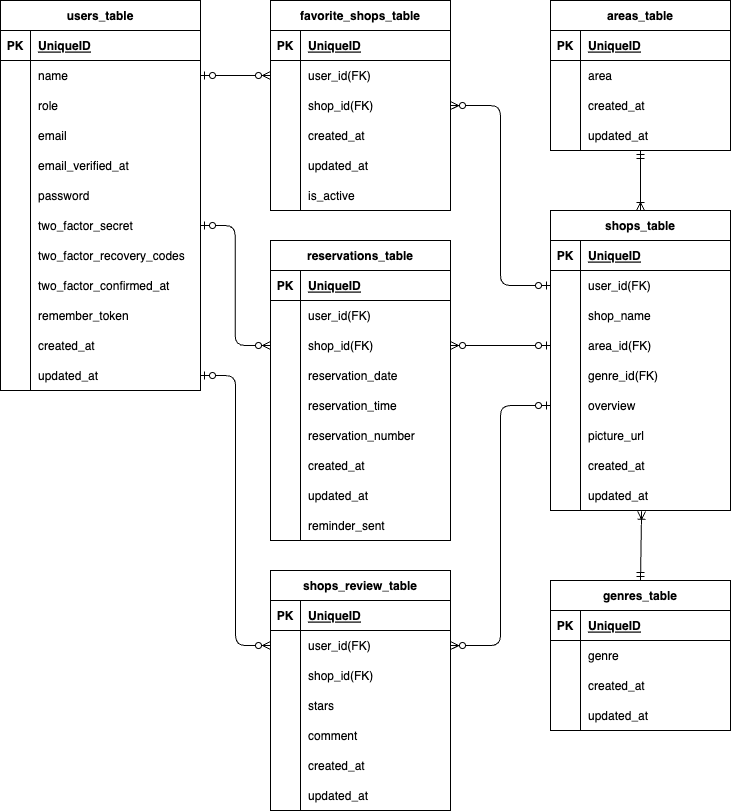
This is src/ER_drawing.drawio.png from hirokam/Rese_dev, a draw.io export, as it was before one commit. Source tidied: cells renumbered, new cells last; positions are measured from the earlier drawing's top-left corner, leaving out a move shared by most shapes.
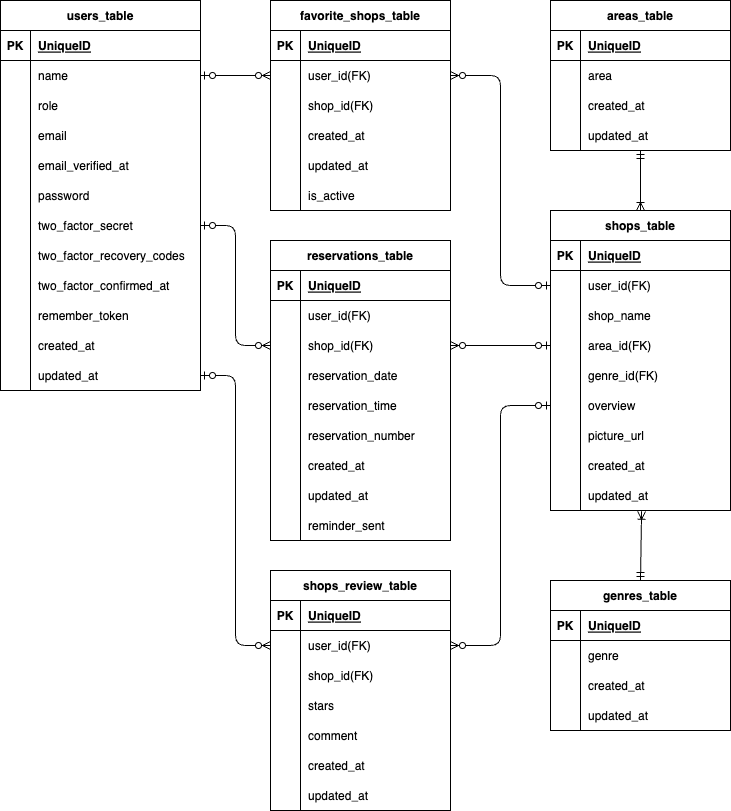
After the change.

Diff of the diagram source:
```diff
@@ -341,7 +341,7 @@
     <mxCell id="114" style="fontSize=12;html=1;endArrow=ERzeroToMany;startArrow=ERzeroToOne;entryX=0;entryY=0.5;entryDx=0;entryDy=0;exitX=1;exitY=0.5;exitDx=0;exitDy=0;" parent="1" edge="1" source="6" target="71">
       <mxGeometry relative="1" as="geometry" />
     </mxCell>
-    <mxCell id="115" style="fontSize=12;html=1;endArrow=ERzeroToMany;startArrow=ERzeroToOne;entryX=1;entryY=0.5;entryDx=0;entryDy=0;exitX=0;exitY=0.5;exitDx=0;exitDy=0;edgeStyle=orthogonalEdgeStyle;" parent="1" edge="1" source="43" target="74">
+    <mxCell id="115" style="fontSize=12;html=1;endArrow=ERzeroToMany;startArrow=ERzeroToOne;entryX=1;entryY=0.5;entryDx=0;entryDy=0;exitX=0;exitY=0.5;exitDx=0;exitDy=0;edgeStyle=orthogonalEdgeStyle;" parent="1" edge="1" source="43" target="71">
       <mxGeometry relative="1" as="geometry" />
     </mxCell>
     <mxCell id="116" style="fontSize=12;html=1;endArrow=ERzeroToMany;startArrow=ERzeroToOne;entryX=0;entryY=0.5;entryDx=0;entryDy=0;exitX=1;exitY=0.5;exitDx=0;exitDy=0;edgeStyle=elbowEdgeStyle;" parent="1" edge="1" source="21" target="93">
```
